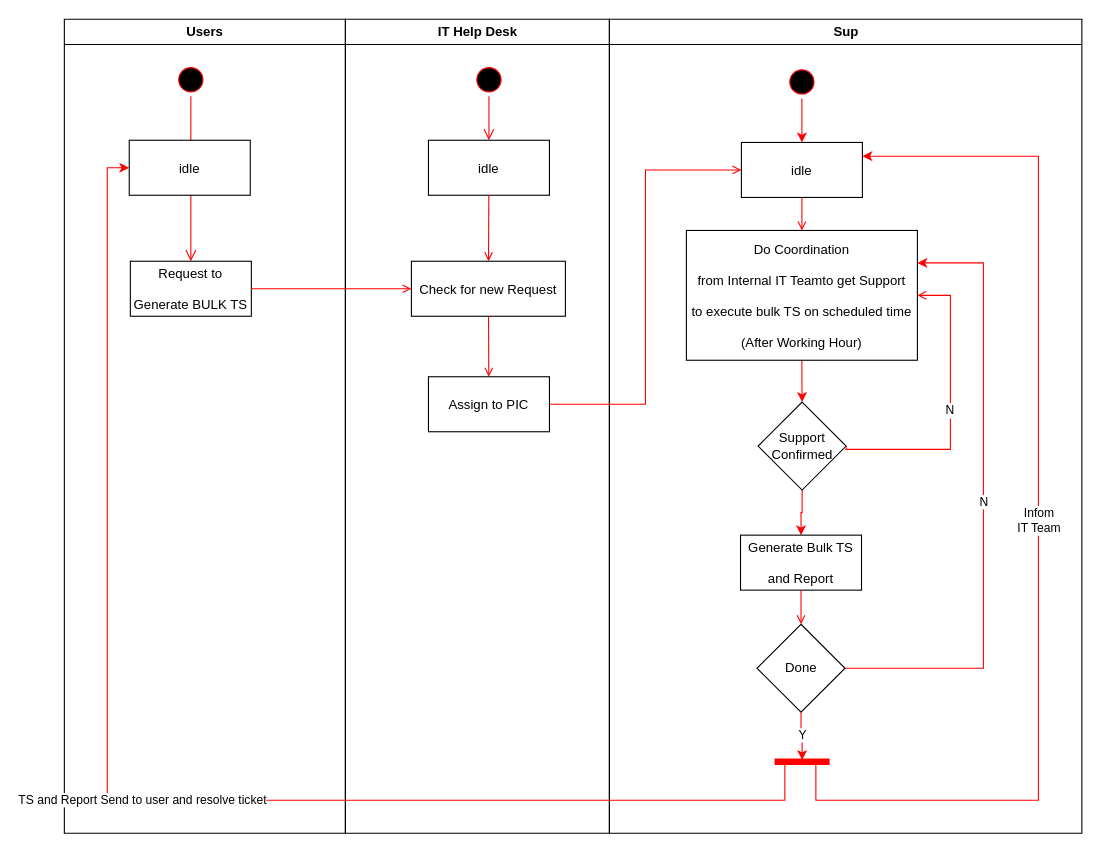
Before: hos-activity.drawio in gustianom/datapool, a draw.io diagram. Source tidied: cells renumbered, new cells numbered last; positions are measured from the earlier drawing's top-left corner, leaving out a move shared by most shapes. Both pictures are drawn from the tidied source at 110%, with x=0, y=0 at pixel (64, 19).
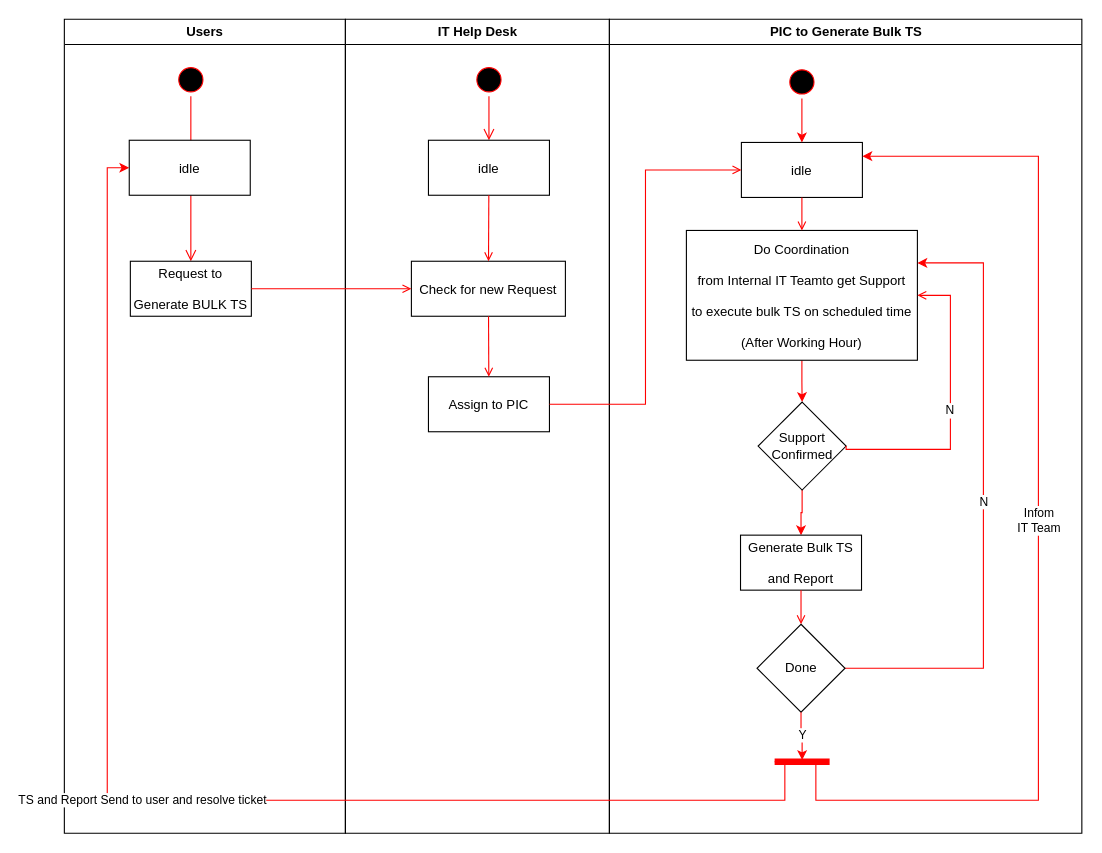
The same diagram, later.

Change to the diagram source:
```diff
@@
-    <mxCell id="15" value="Sup" style="swimlane;whiteSpace=wrap;startSize=23;" parent="1" vertex="1">
+    <mxCell id="15" value="PIC to Generate Bulk TS " style="swimlane;whiteSpace=wrap;startSize=23;" parent="1" vertex="1">
       <mxGeometry x="495.5" width="429.5" height="740" as="geometry" />
     </mxCell>
```
